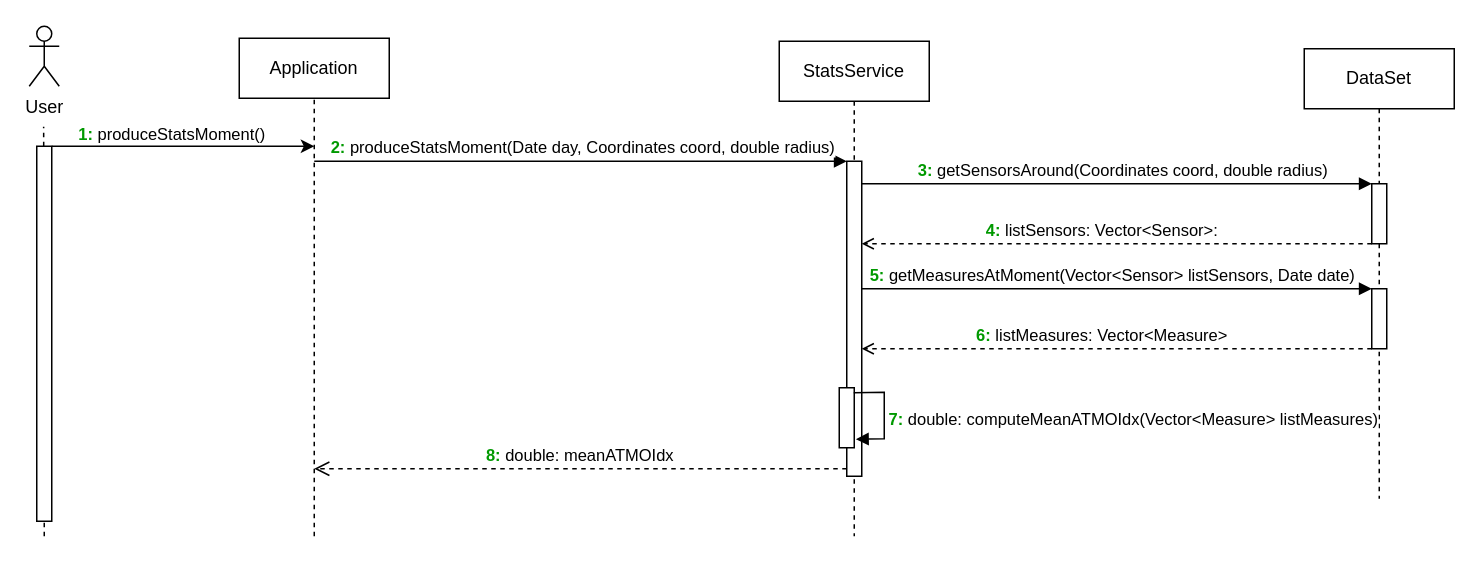
This is UML stuff/seqDiagProdStatsMoment.drawio from NourJadiri/AirWatcher, a draw.io file, before an edit. Source tidied: cells renumbered, new cells numbered last; positions are measured from the earlier drawing's top-left corner, leaving out a move shared by most shapes. Both pictures are drawn from the tidied source at 150%, with x=0, y=0 at pixel (28, 26).
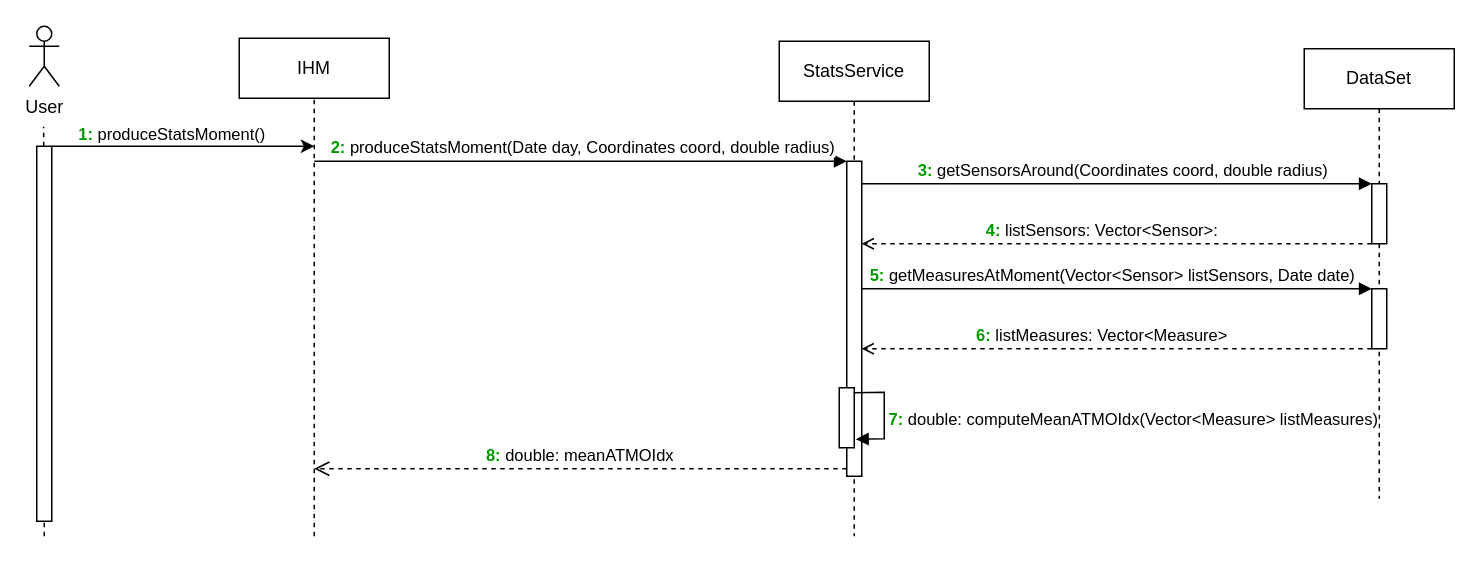
Above is the later version.

Commit message:
Mettre à jour seqDiagProdStatsMoment.drawio

Change to the diagram source:
```diff
@@
-    <mxCell id="21" value="Application" style="rounded=0;whiteSpace=wrap;html=1;" parent="1" vertex="1">
+    <mxCell id="21" value="IHM" style="rounded=0;whiteSpace=wrap;html=1;" parent="1" vertex="1">
       <mxGeometry x="140" y="8" width="100" height="40" as="geometry" />
     </mxCell>
```
